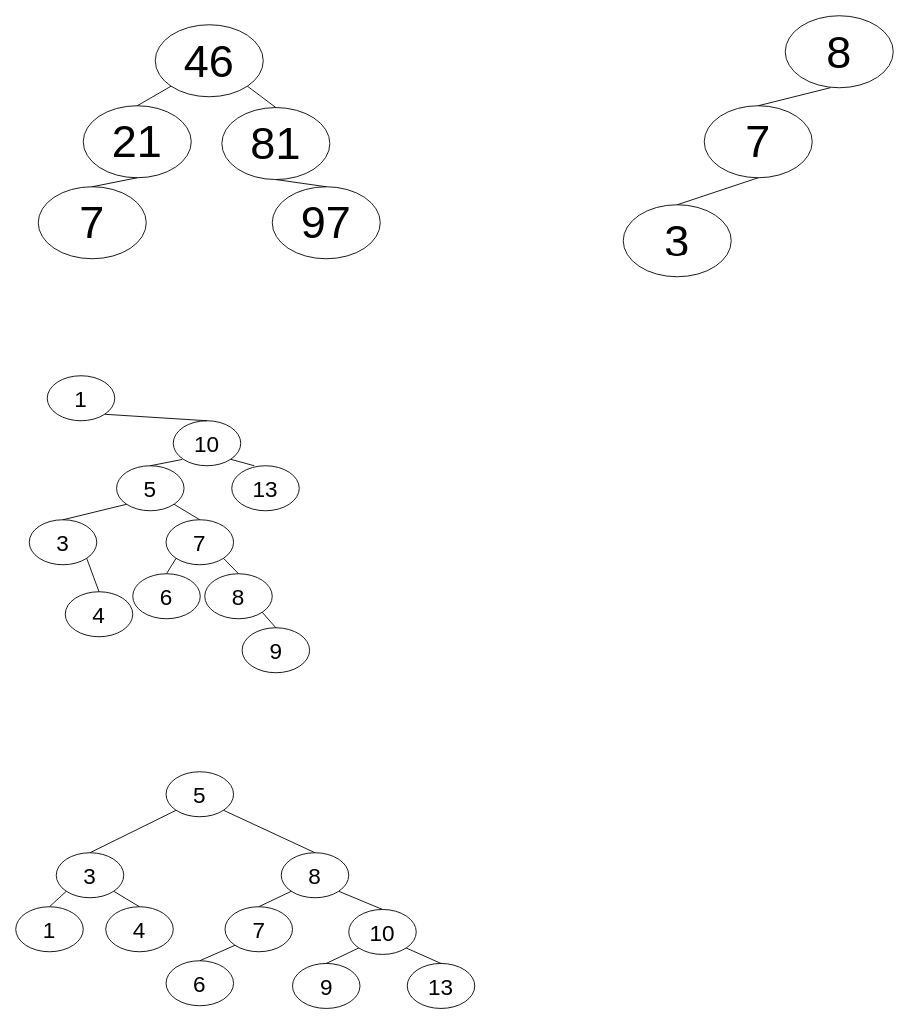
Earlier version of the draw.io diagram AVL Trees.drawio (EverettRichards/CS210_assignment1). Source tidied: cells renumbered, new cells numbered last; positions are measured from the earlier drawing's top-left corner, leaving out a move shared by most shapes. Both pictures are drawn from the tidied source at 90%, with x=0, y=0 at pixel (15, 15).
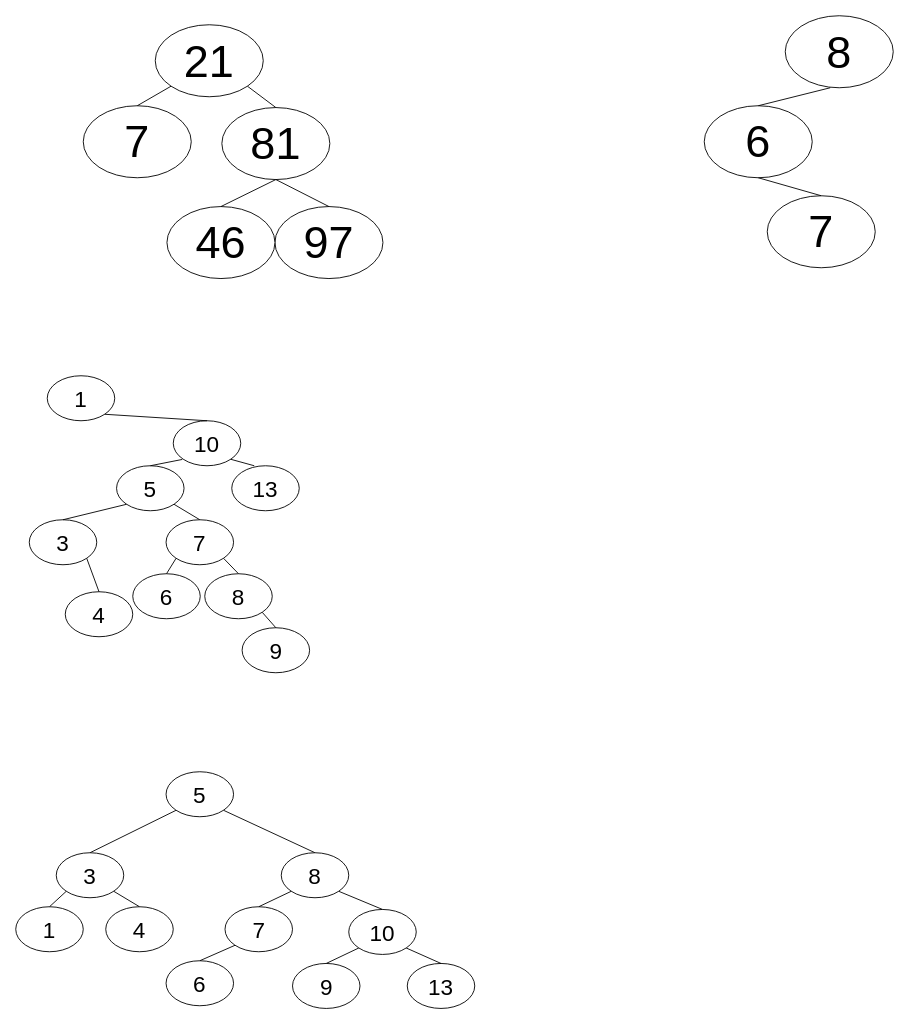
The same diagram, later.

Unchanged cells that the change refers to:
```xml
<mxCell id="10" value="81" style="ellipse;whiteSpace=wrap;html=1;fontSize=50;" parent="1" vertex="1">
  <mxGeometry x="229" y="102" width="120" height="80" as="geometry" />
</mxCell>
```

Change to the diagram source:
```diff
@@
-    <mxCell id="2" value="&lt;font style=&quot;font-size: 50px;&quot;&gt;3&lt;/font&gt;" style="ellipse;whiteSpace=wrap;html=1;" parent="1" vertex="1">
-      <mxGeometry x="675" y="210" width="120" height="80" as="geometry" />
+    <mxCell id="2" value="&lt;font style=&quot;font-size: 50px;&quot;&gt;7&lt;/font&gt;" style="ellipse;whiteSpace=wrap;html=1;" parent="1" vertex="1">
+      <mxGeometry x="835" y="200" width="120" height="80" as="geometry" />
     </mxCell>
-    <mxCell id="3" value="&lt;font style=&quot;font-size: 50px;&quot;&gt;7&lt;/font&gt;" style="ellipse;whiteSpace=wrap;html=1;" parent="1" vertex="1">
+    <mxCell id="3" value="&lt;font style=&quot;font-size: 50px;&quot;&gt;6&lt;/font&gt;" style="ellipse;whiteSpace=wrap;html=1;" parent="1" vertex="1">
       <mxGeometry x="765" y="100" width="120" height="80" as="geometry" />
     </mxCell>
@@
-    <mxCell id="7" value="21" style="ellipse;whiteSpace=wrap;html=1;fontSize=50;" parent="1" vertex="1">
+    <mxCell id="7" value="7" style="ellipse;whiteSpace=wrap;html=1;fontSize=50;" parent="1" vertex="1">
       <mxGeometry x="75" y="100" width="120" height="80" as="geometry" />
     </mxCell>
-    <mxCell id="8" value="7" style="ellipse;whiteSpace=wrap;html=1;fontSize=50;" parent="1" vertex="1">
-      <mxGeometry x="25" y="190" width="120" height="80" as="geometry" />
-    </mxCell>
-    <mxCell id="9" value="46" style="ellipse;whiteSpace=wrap;html=1;fontSize=50;" parent="1" vertex="1">
+    <mxCell id="9" value="21" style="ellipse;whiteSpace=wrap;html=1;fontSize=50;" parent="1" vertex="1">
       <mxGeometry x="155" y="10" width="120" height="80" as="geometry" />
     </mxCell>
@@
     <mxCell id="11" value="97" style="ellipse;whiteSpace=wrap;html=1;fontSize=50;" parent="1" vertex="1">
-      <mxGeometry x="285" y="190" width="120" height="80" as="geometry" />
+      <mxGeometry x="288" y="212" width="120" height="80" as="geometry" />
     </mxCell>
-    <mxCell id="12" style="endArrow=none;html=1;rounded=0;entryX=0;entryY=1;entryDx=0;entryDy=0;exitX=0.5;exitY=0;exitDx=0;exitDy=0;" parent="1" edge="1" source="7" target="9">
-      <mxGeometry relative="1" as="geometry" />
+    <mxCell id="12" style="endArrow=none;html=1;rounded=0;entryX=0;entryY=1;entryDx=0;entryDy=0;" parent="1" edge="1" target="9">
+      <mxGeometry relative="1" as="geometry">
+        <mxPoint x="135" y="100" as="sourcePoint" />
+      </mxGeometry>
     </mxCell>
-    <mxCell id="13" style="endArrow=none;html=1;rounded=0;entryX=0.5;entryY=1;entryDx=0;entryDy=0;exitX=0.5;exitY=0;exitDx=0;exitDy=0;" parent="1" edge="1" source="8" target="7">
-      <mxGeometry relative="1" as="geometry" />
-    </mxCell>
@@
+    <mxCell id="54" value="46" style="ellipse;whiteSpace=wrap;html=1;fontSize=50;" parent="1" vertex="1">
+      <mxGeometry x="168" y="212" width="120" height="80" as="geometry" />
+    </mxCell>
+    <mxCell id="55" style="endArrow=none;html=1;rounded=0;entryX=0.5;entryY=1;entryDx=0;entryDy=0;exitX=0.5;exitY=0;exitDx=0;exitDy=0;" parent="1" edge="1" source="54" target="10">
+      <mxGeometry relative="1" as="geometry" />
+    </mxCell>
```
